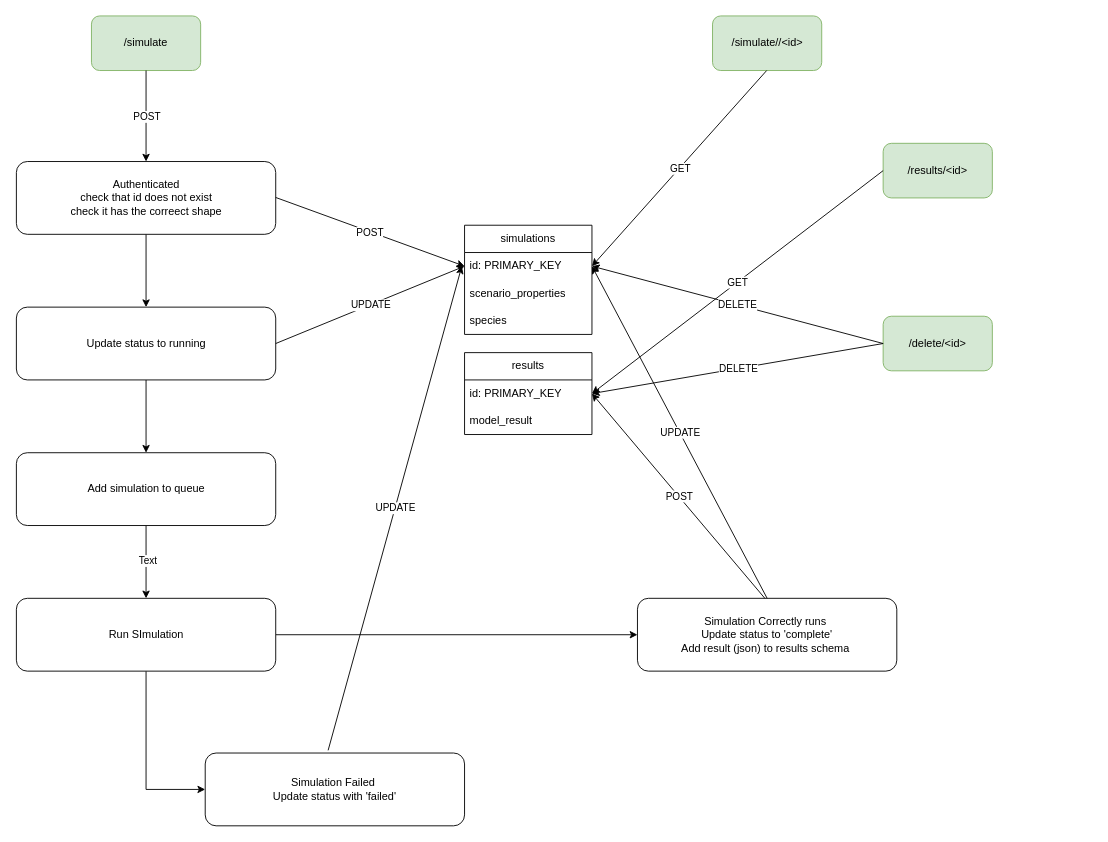
This is pyssem-api.drawio from blueriver212/pyssem-api, a draw.io file, before an edit. Source tidied: cells renumbered, new cells numbered last; positions are measured from the earlier drawing's top-left corner, leaving out a move shared by most shapes. Both pictures are drawn from the tidied source at 91%, with x=0, y=0 at pixel (16, 15).
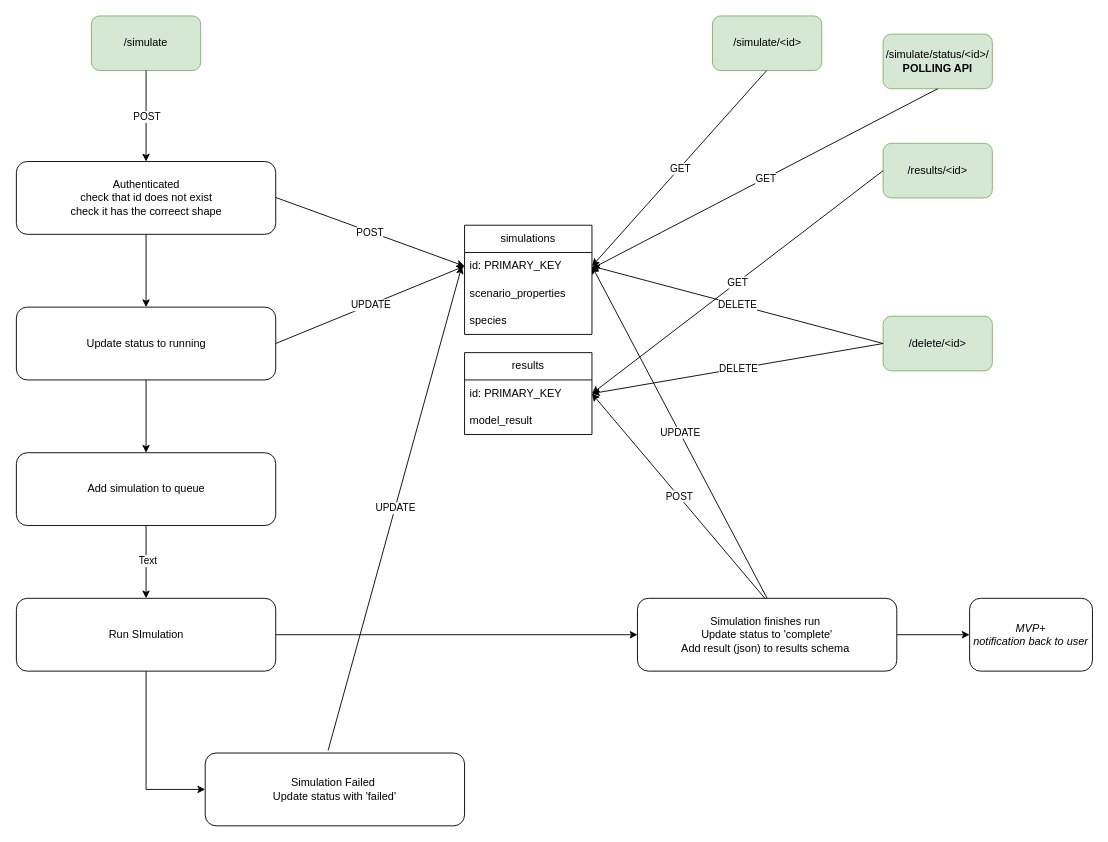
After the change.

What changed in the source:
```diff
@@
+    <mxCell id="45" style="edgeStyle=orthogonalEdgeStyle;rounded=0;jettySize=auto;html=1;" parent="1" edge="1" source="25" target="49">
+      <mxGeometry relative="1" as="geometry" />
+    </mxCell>
-    <mxCell id="25" value="Simulation Correctly runs&amp;nbsp;&lt;div&gt;Update status to 'complete'&lt;/div&gt;&lt;div&gt;Add result (json) to results schema&amp;nbsp;&lt;/div&gt;" style="rounded=1;whiteSpace=wrap;html=1;" parent="1" vertex="1">
+    <mxCell id="25" value="Simulation finishes run&amp;nbsp;&lt;div&gt;Update status to 'complete'&lt;/div&gt;&lt;div&gt;Add result (json) to results schema&amp;nbsp;&lt;/div&gt;" style="rounded=1;whiteSpace=wrap;html=1;" parent="1" vertex="1">
       <mxGeometry x="682" y="640" width="285" height="80" as="geometry" />
     </mxCell>
@@
-    <mxCell id="30" value="/simulate//&amp;lt;id&amp;gt;" style="rounded=1;whiteSpace=wrap;html=1;fillColor=#d5e8d4;strokeColor=#82b366;" parent="1" vertex="1">
+    <mxCell id="30" value="/simulate/&amp;lt;id&amp;gt;" style="rounded=1;whiteSpace=wrap;html=1;fillColor=#d5e8d4;strokeColor=#82b366;" parent="1" vertex="1">
       <mxGeometry x="764.5" width="120" height="60" as="geometry" />
     </mxCell>
@@
+    <mxCell id="46" value="/simulate/status/&amp;lt;id&amp;gt;/&lt;div&gt;&lt;b&gt;POLLING API&lt;/b&gt;&lt;/div&gt;" style="rounded=1;whiteSpace=wrap;html=1;fillColor=#d5e8d4;strokeColor=#82b366;" parent="1" vertex="1">
+      <mxGeometry x="952" y="20" width="120" height="60" as="geometry" />
+    </mxCell>
+    <mxCell id="47" style="endArrow=classic;html=1;rounded=0;entryX=1;entryY=0.5;entryDx=0;entryDy=0;exitX=0.5;exitY=1;exitDx=0;exitDy=0;" parent="1" edge="1" source="46">
+      <mxGeometry relative="1" as="geometry">
+        <mxPoint x="632" y="277.5" as="targetPoint" />
+      </mxGeometry>
+    </mxCell>
+    <mxCell id="48" value="GET" style="edgeLabel;html=1;align=center;verticalAlign=middle;" parent="47" vertex="1">
+      <mxGeometry relative="1" as="geometry" />
+    </mxCell>
+    <mxCell id="49" value="&lt;i&gt;MVP+&lt;/i&gt;&lt;div&gt;&lt;i&gt;notification back to user&lt;/i&gt;&lt;/div&gt;" style="rounded=1;whiteSpace=wrap;html=1;" parent="1" vertex="1">
+      <mxGeometry x="1047" y="640" width="135" height="80" as="geometry" />
+    </mxCell>
```
